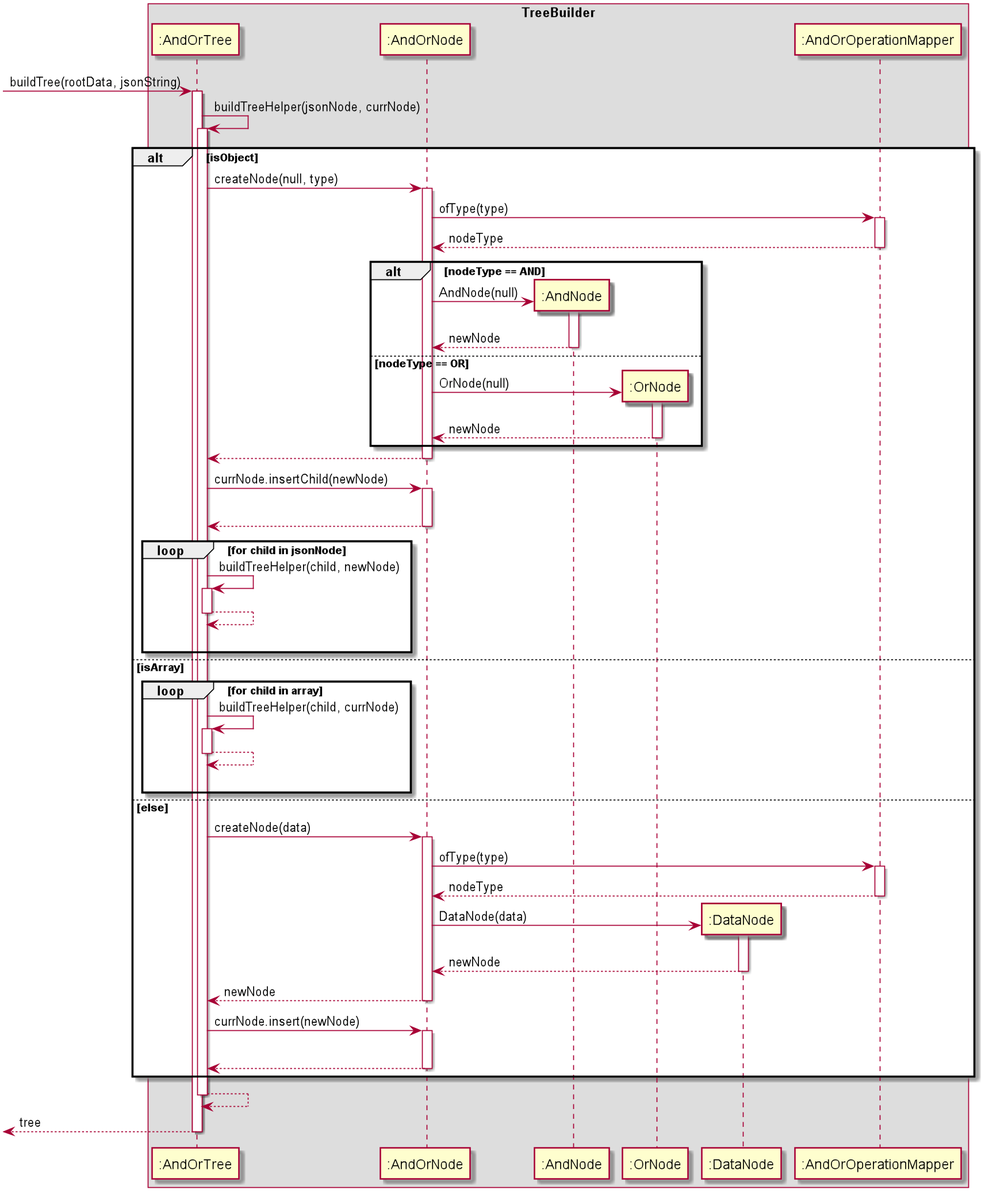
Above: docs/images/AndOrSequenceDiagram.png in nus-cs2103-AY1920S1/addressbook-level3 (PlantUML), before the change. Its diagram source:
```plantuml
@startuml
autoactivate on

box TreeBuilder
participant ":AndOrTree" as AndOrTree
participant ":AndOrNode" as AndOrNode
participant ":AndNode" as AndNode
participant ":OrNode" as OrNode
participant ":DataNode" as DataNode
participant ":AndOrOperationMapper" as AndOrOperationMapper
end box

[-> AndOrTree : buildTree(rootData, jsonString)
    AndOrTree -> AndOrTree : buildTreeHelper(jsonNode, currNode)
        alt isObject
            AndOrTree -> AndOrNode : createNode(null, type)
                AndOrNode -> AndOrOperationMapper : ofType(type)
                    return nodeType

                alt nodeType == AND
                    create AndNode
                    AndOrNode -> AndNode : AndNode(null)
                        return newNode
                else nodeType == OR
                    create OrNode
                    AndOrNode -> OrNode : OrNode(null)
                        return newNode
                end
                return

            AndOrTree -> AndOrNode : currNode.insertChild(newNode)
                |||
                return

            loop for child in jsonNode
                AndOrTree -> AndOrTree : buildTreeHelper(child, newNode)
                return
                |||
            end

        else isArray

            loop for child in array
                AndOrTree -> AndOrTree : buildTreeHelper(child, currNode)
                    return
                |||
            end

        else else

            AndOrTree -> AndOrNode : createNode(data)
                AndOrNode -> AndOrOperationMapper : ofType(type)
                    return nodeType
                create DataNode
                AndOrNode -> DataNode : DataNode(data)
                    return newNode
                return newNode

            AndOrTree -> AndOrNode : currNode.insert(newNode)
                |||
                return

        end
        return
[<--AndOrTree : tree

@enduml
```
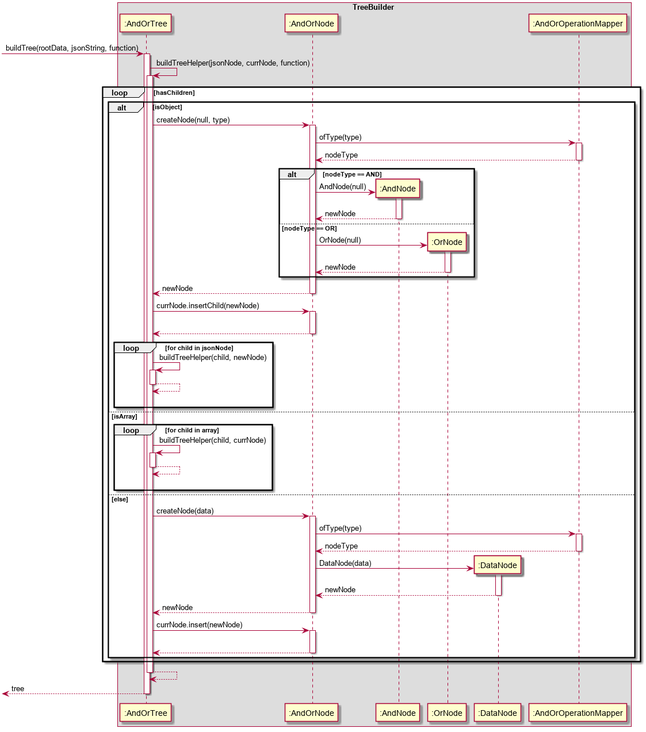
Later version of the same file.

The edit, as a diff of the source:
```diff
@@ -10,56 +10,58 @@
 participant ":AndOrOperationMapper" as AndOrOperationMapper
 end box
 
-[-> AndOrTree : buildTree(rootData, jsonString)
-    AndOrTree -> AndOrTree : buildTreeHelper(jsonNode, currNode)
-        alt isObject
-            AndOrTree -> AndOrNode : createNode(null, type)
-                AndOrNode -> AndOrOperationMapper : ofType(type)
-                    return nodeType
+[-> AndOrTree : buildTree(rootData, jsonString, function)
+    AndOrTree -> AndOrTree : buildTreeHelper(jsonNode, currNode, function)
+        loop hasChildren
+            alt isObject
+                AndOrTree -> AndOrNode : createNode(null, type)
+                    AndOrNode -> AndOrOperationMapper : ofType(type)
+                        return nodeType
 
-                alt nodeType == AND
-                    create AndNode
-                    AndOrNode -> AndNode : AndNode(null)
+                    alt nodeType == AND
+                        create AndNode
+                        AndOrNode -> AndNode : AndNode(null)
+                            return newNode
+                    else nodeType == OR
+                        create OrNode
+                        AndOrNode -> OrNode : OrNode(null)
+                            return newNode
+                    end
+                    return newNode
+
+                AndOrTree -> AndOrNode : currNode.insertChild(newNode)
+                    |||
+                    return
+
+                loop for child in jsonNode
+                    AndOrTree -> AndOrTree : buildTreeHelper(child, newNode)
+                    return
+                    |||
+                end
+
+            else isArray
+
+                loop for child in array
+                    AndOrTree -> AndOrTree : buildTreeHelper(child, currNode)
+                        return
+                    |||
+                end
+
+            else else
+
+                AndOrTree -> AndOrNode : createNode(data)
+                    AndOrNode -> AndOrOperationMapper : ofType(type)
+                        return nodeType
+                    create DataNode
+                    AndOrNode -> DataNode : DataNode(data)
                         return newNode
-                else nodeType == OR
-                    create OrNode
-                    AndOrNode -> OrNode : OrNode(null)
-                        return newNode
-                end
-                return
+                    return newNode
 
-            AndOrTree -> AndOrNode : currNode.insertChild(newNode)
-                |||
-                return
+                AndOrTree -> AndOrNode : currNode.insert(newNode)
+                    |||
+                    return
 
-            loop for child in jsonNode
-                AndOrTree -> AndOrTree : buildTreeHelper(child, newNode)
-                return
-                |||
             end
-
-        else isArray
-
-            loop for child in array
-                AndOrTree -> AndOrTree : buildTreeHelper(child, currNode)
-                    return
-                |||
-            end
-
-        else else
-
-            AndOrTree -> AndOrNode : createNode(data)
-                AndOrNode -> AndOrOperationMapper : ofType(type)
-                    return nodeType
-                create DataNode
-                AndOrNode -> DataNode : DataNode(data)
-                    return newNode
-                return newNode
-
-            AndOrTree -> AndOrNode : currNode.insert(newNode)
-                |||
-                return
-
         end
         return
 [<--AndOrTree : tree
```
